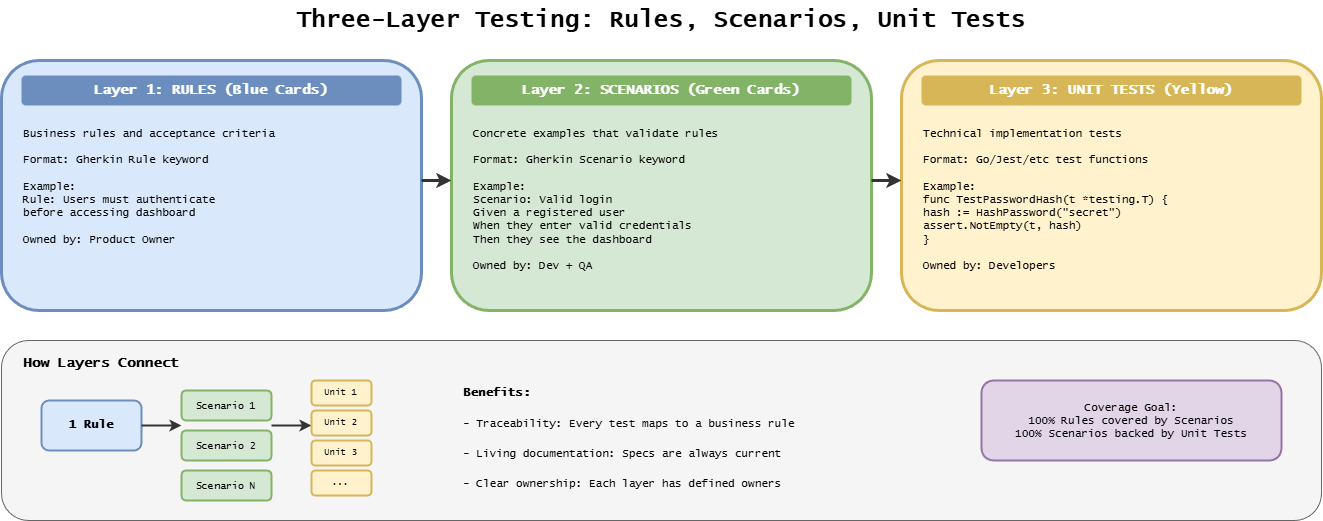
ready-to-release/eac keeps this draw.io diagram as docs/assets/assisted/06-three-layer-testing.drawio.png. Above is the earlier version. Source tidied: cells renumbered, new cells last; positions are measured from the earlier drawing's top-left corner, leaving out a move shared by most shapes. Source of this version:
```xml
<mxGraphModel background="#ffffff">
  <root>
    <mxCell id="0" />
    <mxCell id="1" parent="0" />
    <mxCell id="2" value="Three-Layer Testing: Rules, Scenarios, Unit Tests" style="text;html=1;strokeColor=none;fillColor=none;align=center;verticalAlign=middle;whiteSpace=wrap;rounded=0;fontFamily=Lucida Console;fontStyle=1;fontSize=24;" parent="1" vertex="1">
      <mxGeometry x="260" width="800" height="40" as="geometry" />
    </mxCell>
    <mxCell id="3" style="rounded=1;whiteSpace=wrap;html=1;fillColor=#dae8fc;strokeColor=#6c8ebf;strokeWidth=3;" parent="1" vertex="1">
      <mxGeometry y="60" width="420" height="250" as="geometry" />
    </mxCell>
    <mxCell id="4" value="Layer 1: RULES (Blue Cards)" style="text;html=1;strokeColor=none;fillColor=#6c8ebf;align=center;verticalAlign=middle;whiteSpace=wrap;rounded=1;fontFamily=Lucida Console;fontStyle=1;fontSize=14;fontColor=#ffffff;" parent="1" vertex="1">
      <mxGeometry x="20" y="75" width="380" height="30" as="geometry" />
    </mxCell>
    <mxCell id="5" value="Business rules and acceptance criteria&#10;&#10;Format: Gherkin Rule keyword&#10;&#10;Example:&#10;Rule: Users must authenticate&#10;      before accessing dashboard&#10;&#10;Owned by: Product Owner" style="text;html=1;strokeColor=none;fillColor=none;align=left;verticalAlign=top;whiteSpace=wrap;rounded=0;fontFamily=Lucida Console;fontSize=11;" parent="1" vertex="1">
      <mxGeometry x="20" y="120" width="380" height="180" as="geometry" />
    </mxCell>
    <mxCell id="6" style="rounded=1;whiteSpace=wrap;html=1;fillColor=#d5e8d4;strokeColor=#82b366;strokeWidth=3;" parent="1" vertex="1">
      <mxGeometry x="450" y="60" width="420" height="250" as="geometry" />
    </mxCell>
    <mxCell id="7" value="Layer 2: SCENARIOS (Green Cards)" style="text;html=1;strokeColor=none;fillColor=#82b366;align=center;verticalAlign=middle;whiteSpace=wrap;rounded=1;fontFamily=Lucida Console;fontStyle=1;fontSize=14;fontColor=#ffffff;" parent="1" vertex="1">
      <mxGeometry x="470" y="75" width="380" height="30" as="geometry" />
    </mxCell>
    <mxCell id="8" value="Concrete examples that validate rules&#10;&#10;Format: Gherkin Scenario keyword&#10;&#10;Example:&#10;Scenario: Valid login&#10;  Given a registered user&#10;  When they enter valid credentials&#10;  Then they see the dashboard&#10;&#10;Owned by: Dev + QA" style="text;html=1;strokeColor=none;fillColor=none;align=left;verticalAlign=top;whiteSpace=wrap;rounded=0;fontFamily=Lucida Console;fontSize=11;" parent="1" vertex="1">
      <mxGeometry x="470" y="120" width="380" height="180" as="geometry" />
    </mxCell>
    <mxCell id="9" style="rounded=1;whiteSpace=wrap;html=1;fillColor=#fff2cc;strokeColor=#d6b656;strokeWidth=3;" parent="1" vertex="1">
      <mxGeometry x="900" y="60" width="420" height="250" as="geometry" />
    </mxCell>
    <mxCell id="10" value="Layer 3: UNIT TESTS (Yellow)" style="text;html=1;strokeColor=none;fillColor=#d6b656;align=center;verticalAlign=middle;whiteSpace=wrap;rounded=1;fontFamily=Lucida Console;fontStyle=1;fontSize=14;fontColor=#ffffff;" parent="1" vertex="1">
      <mxGeometry x="920" y="75" width="380" height="30" as="geometry" />
    </mxCell>
    <mxCell id="11" value="Technical implementation tests&#10;&#10;Format: Go/Jest/etc test functions&#10;&#10;Example:&#10;func TestPasswordHash(t *testing.T) {&#10;  hash := HashPassword(&quot;secret&quot;)&#10;  assert.NotEmpty(t, hash)&#10;}&#10;&#10;Owned by: Developers" style="text;html=1;strokeColor=none;fillColor=none;align=left;verticalAlign=top;whiteSpace=wrap;rounded=0;fontFamily=Lucida Console;fontSize=11;" parent="1" vertex="1">
      <mxGeometry x="920" y="120" width="380" height="180" as="geometry" />
    </mxCell>
    <mxCell id="12" style="endArrow=classic;html=1;strokeWidth=3;strokeColor=#333333;" parent="1" edge="1">
      <mxGeometry relative="1" as="geometry">
        <mxPoint x="420" y="180" as="sourcePoint" />
        <mxPoint x="450" y="180" as="targetPoint" />
      </mxGeometry>
    </mxCell>
    <mxCell id="13" style="endArrow=classic;html=1;strokeWidth=3;strokeColor=#333333;" parent="1" edge="1">
      <mxGeometry relative="1" as="geometry">
        <mxPoint x="870" y="180" as="sourcePoint" />
        <mxPoint x="900" y="180" as="targetPoint" />
      </mxGeometry>
    </mxCell>
    <mxCell id="14" style="rounded=1;whiteSpace=wrap;html=1;fillColor=#f5f5f5;strokeColor=#666666;strokeWidth=1;" parent="1" vertex="1">
      <mxGeometry y="340" width="1320" height="180" as="geometry" />
    </mxCell>
    <mxCell id="15" value="How Layers Connect" style="text;html=1;strokeColor=none;fillColor=none;align=left;verticalAlign=middle;whiteSpace=wrap;rounded=0;fontFamily=Lucida Console;fontStyle=1;fontSize=14;" parent="1" vertex="1">
      <mxGeometry x="20" y="350" width="250" height="25" as="geometry" />
    </mxCell>
    <mxCell id="16" value="1 Rule" style="rounded=1;whiteSpace=wrap;html=1;fillColor=#dae8fc;strokeColor=#6c8ebf;strokeWidth=2;fontFamily=Lucida Console;fontStyle=1;" parent="1" vertex="1">
      <mxGeometry x="40" y="400" width="100" height="50" as="geometry" />
    </mxCell>
    <mxCell id="17" style="endArrow=classic;html=1;strokeWidth=2;strokeColor=#333333;" parent="1" edge="1">
      <mxGeometry relative="1" as="geometry">
        <mxPoint x="140" y="425" as="sourcePoint" />
        <mxPoint x="180" y="425" as="targetPoint" />
      </mxGeometry>
    </mxCell>
    <mxCell id="18" value="Scenario 1" style="rounded=1;whiteSpace=wrap;html=1;fillColor=#d5e8d4;strokeColor=#82b366;strokeWidth=2;fontFamily=Lucida Console;fontSize=10;" parent="1" vertex="1">
      <mxGeometry x="180" y="390" width="90" height="30" as="geometry" />
    </mxCell>
    <mxCell id="19" value="Scenario 2" style="rounded=1;whiteSpace=wrap;html=1;fillColor=#d5e8d4;strokeColor=#82b366;strokeWidth=2;fontFamily=Lucida Console;fontSize=10;" parent="1" vertex="1">
      <mxGeometry x="180" y="430" width="90" height="30" as="geometry" />
    </mxCell>
    <mxCell id="20" value="Scenario N" style="rounded=1;whiteSpace=wrap;html=1;fillColor=#d5e8d4;strokeColor=#82b366;strokeWidth=2;fontFamily=Lucida Console;fontSize=10;" parent="1" vertex="1">
      <mxGeometry x="180" y="470" width="90" height="30" as="geometry" />
    </mxCell>
    <mxCell id="21" style="endArrow=classic;html=1;strokeWidth=2;strokeColor=#333333;" parent="1" edge="1">
      <mxGeometry relative="1" as="geometry">
        <mxPoint x="270" y="425" as="sourcePoint" />
        <mxPoint x="310" y="425" as="targetPoint" />
      </mxGeometry>
    </mxCell>
    <mxCell id="22" value="Unit 1" style="rounded=1;whiteSpace=wrap;html=1;fillColor=#fff2cc;strokeColor=#d6b656;strokeWidth=2;fontFamily=Lucida Console;fontSize=9;" parent="1" vertex="1">
      <mxGeometry x="310" y="380" width="60" height="25" as="geometry" />
    </mxCell>
    <mxCell id="23" value="Unit 2" style="rounded=1;whiteSpace=wrap;html=1;fillColor=#fff2cc;strokeColor=#d6b656;strokeWidth=2;fontFamily=Lucida Console;fontSize=9;" parent="1" vertex="1">
      <mxGeometry x="310" y="410" width="60" height="25" as="geometry" />
    </mxCell>
    <mxCell id="24" value="Unit 3" style="rounded=1;whiteSpace=wrap;html=1;fillColor=#fff2cc;strokeColor=#d6b656;strokeWidth=2;fontFamily=Lucida Console;fontSize=9;" parent="1" vertex="1">
      <mxGeometry x="310" y="440" width="60" height="25" as="geometry" />
    </mxCell>
    <mxCell id="25" value="..." style="rounded=1;whiteSpace=wrap;html=1;fillColor=#fff2cc;strokeColor=#d6b656;strokeWidth=2;fontFamily=Lucida Console;fontSize=9;" parent="1" vertex="1">
      <mxGeometry x="310" y="470" width="60" height="25" as="geometry" />
    </mxCell>
    <mxCell id="26" value="Benefits:" style="text;html=1;strokeColor=none;fillColor=none;align=left;verticalAlign=middle;whiteSpace=wrap;rounded=0;fontFamily=Lucida Console;fontStyle=1;fontSize=12;" parent="1" vertex="1">
      <mxGeometry x="460" y="380" width="100" height="25" as="geometry" />
    </mxCell>
    <mxCell id="27" value="- Traceability: Every test maps to a business rule" style="text;html=1;strokeColor=none;fillColor=none;align=left;verticalAlign=middle;whiteSpace=wrap;rounded=0;fontFamily=Lucida Console;fontSize=11;" parent="1" vertex="1">
      <mxGeometry x="460" y="410" width="450" height="25" as="geometry" />
    </mxCell>
    <mxCell id="28" value="- Living documentation: Specs are always current" style="text;html=1;strokeColor=none;fillColor=none;align=left;verticalAlign=middle;whiteSpace=wrap;rounded=0;fontFamily=Lucida Console;fontSize=11;" parent="1" vertex="1">
      <mxGeometry x="460" y="440" width="450" height="25" as="geometry" />
    </mxCell>
    <mxCell id="29" value="- Clear ownership: Each layer has defined owners" style="text;html=1;strokeColor=none;fillColor=none;align=left;verticalAlign=middle;whiteSpace=wrap;rounded=0;fontFamily=Lucida Console;fontSize=11;" parent="1" vertex="1">
      <mxGeometry x="460" y="470" width="450" height="25" as="geometry" />
    </mxCell>
    <mxCell id="30" value="Coverage Goal:&#10;100% Rules covered by Scenarios&#10;100% Scenarios backed by Unit Tests" style="text;html=1;fillColor=#e1d5e7;align=center;verticalAlign=middle;whiteSpace=wrap;rounded=1;fontFamily=Lucida Console;fontSize=11;strokeColor=#9673a6;strokeWidth=2;" parent="1" vertex="1">
      <mxGeometry x="980" y="380" width="300" height="80" as="geometry" />
    </mxCell>
  </root>
</mxGraphModel>
```
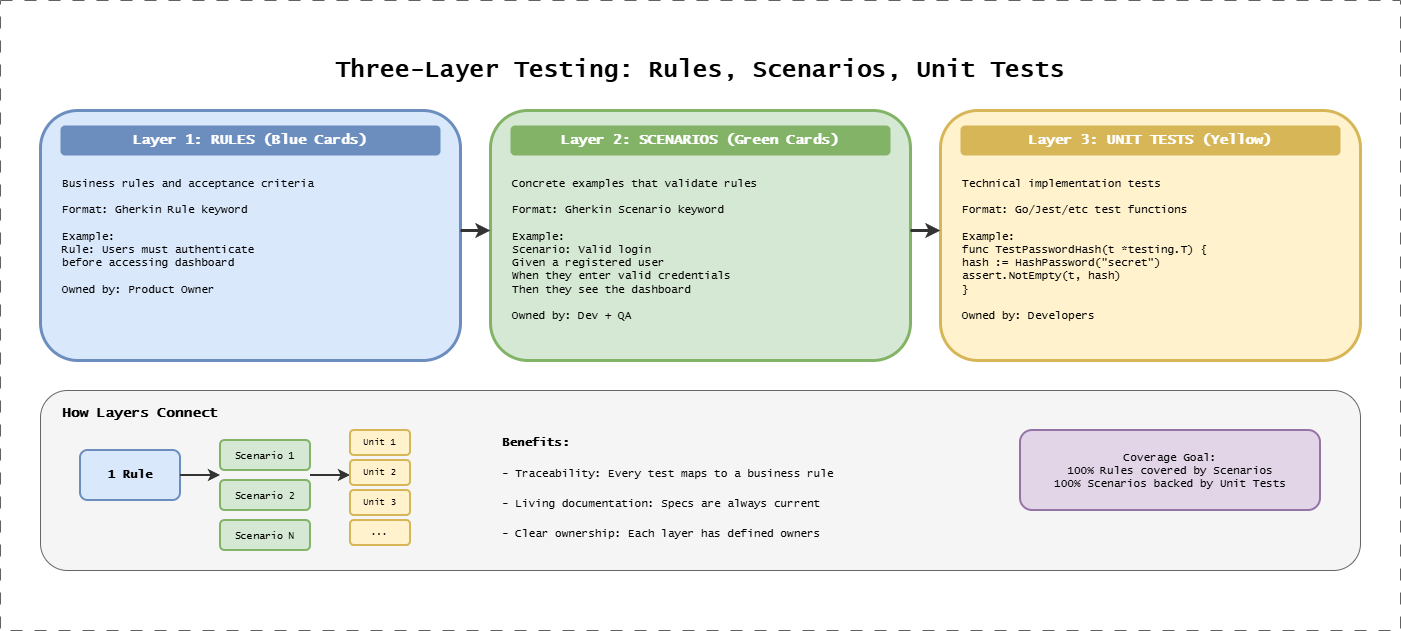
Later version of the same file.

What changed in the source:
```diff
@@ -101,5 +101,8 @@
     <mxCell id="30" value="Coverage Goal:&#10;100% Rules covered by Scenarios&#10;100% Scenarios backed by Unit Tests" style="text;html=1;fillColor=#e1d5e7;align=center;verticalAlign=middle;whiteSpace=wrap;rounded=1;fontFamily=Lucida Console;fontSize=11;strokeColor=#9673a6;strokeWidth=2;" parent="1" vertex="1">
       <mxGeometry x="980" y="380" width="300" height="80" as="geometry" />
     </mxCell>
+    <mxCell id="31" style="group;strokeColor=#616161;dashed=1;dashPattern=12 12;fontFamily=Lucida Console;fontSize=19;fontStyle=1;" parent="1" vertex="1">
+      <mxGeometry x="-40" y="-50" width="1400" height="630" as="geometry" />
+    </mxCell>
   </root>
 </mxGraphModel>
```
